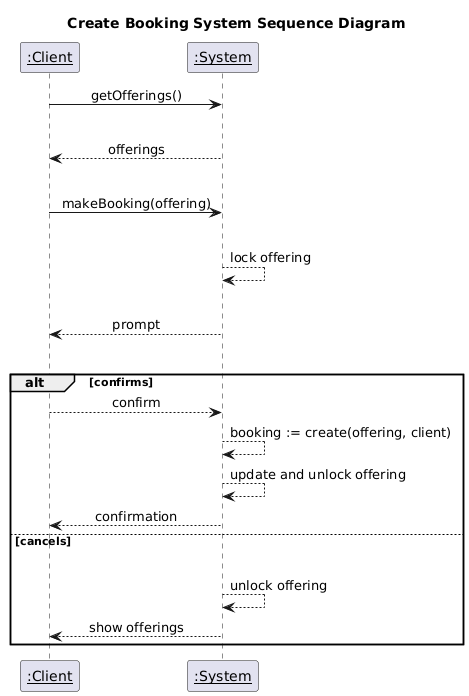
Earlier version of the PlantUML export deliverables/assets/create_booking_system_sequence_diagram.png (PrinceOfNothingg/Lesson-Booking-Management-System). Source of this version:
```plantuml
@startuml
participant "__:Client__" as actor
participant "__:System__" as system

title Create Booking System Sequence Diagram
skinparam sequenceMessageAlign center

actor -> system : getOfferings()
|||
system --> actor : offerings
|||
actor -> system : makeBooking(offering)
|||
system --> system : lock offering
|||
system --> actor : prompt
|||
alt confirms
actor --> system : confirm

system --> system : booking := create(offering, client)
system --> system : update and unlock offering

system --> actor : confirmation
else cancels
|||
system --> system : unlock offering
system --> actor : show offerings

end
@enduml
```
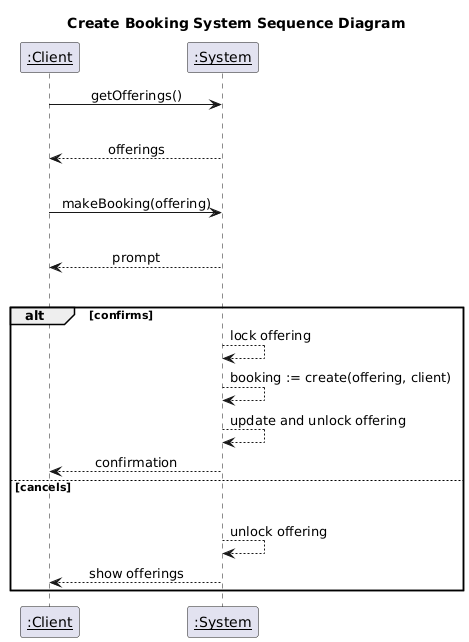
The same file after the commit.

Commit message:
add booking interaction diagrams

The edit, as a diff of the source:
```diff
@@ -1,6 +1,8 @@
 @startuml
 participant "__:Client__" as actor
 participant "__:System__" as system
+participant "__:System__" as system
+
 
 title Create Booking System Sequence Diagram
 skinparam sequenceMessageAlign center
@@ -11,13 +13,10 @@
 |||
 actor -> system : makeBooking(offering)
 |||
-system --> system : lock offering
-|||
 system --> actor : prompt
 |||
 alt confirms
-actor --> system : confirm
-
+system --> system : lock offering
 system --> system : booking := create(offering, client)
 system --> system : update and unlock offering
 
```
